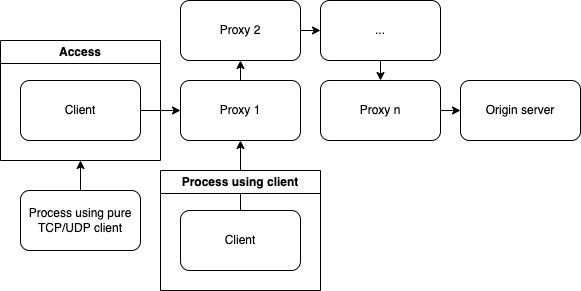
Banyc/proxy keeps this draw.io diagram as img/arch.drawio.png. Above is the earlier version. Source tidied: cells renumbered, new cells last; positions are measured from the earlier drawing's top-left corner, leaving out a move shared by most shapes.
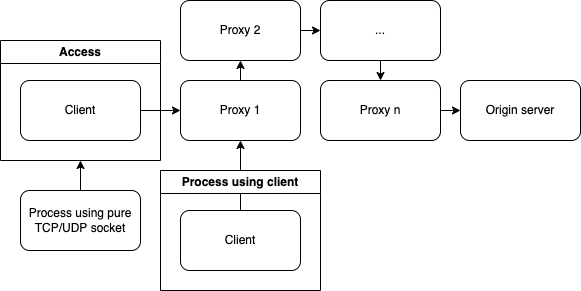
The same file after the commit.

Commit message:
docs: clarify socket against client

Change to the diagram source:
```diff
@@ -41,7 +41,7 @@
     <mxCell id="14" style="edgeStyle=none;html=1;" parent="1" edge="1" source="15" target="2">
       <mxGeometry relative="1" as="geometry" />
     </mxCell>
-    <mxCell id="15" value="Process using pure TCP/UDP client" style="rounded=1;whiteSpace=wrap;html=1;" parent="1" vertex="1">
+    <mxCell id="15" value="Process using pure TCP/UDP socket" style="rounded=1;whiteSpace=wrap;html=1;" parent="1" vertex="1">
       <mxGeometry x="20" y="190" width="120" height="60" as="geometry" />
     </mxCell>
     <mxCell id="16" style="edgeStyle=none;html=1;" parent="1" edge="1" source="18" target="5">
```
